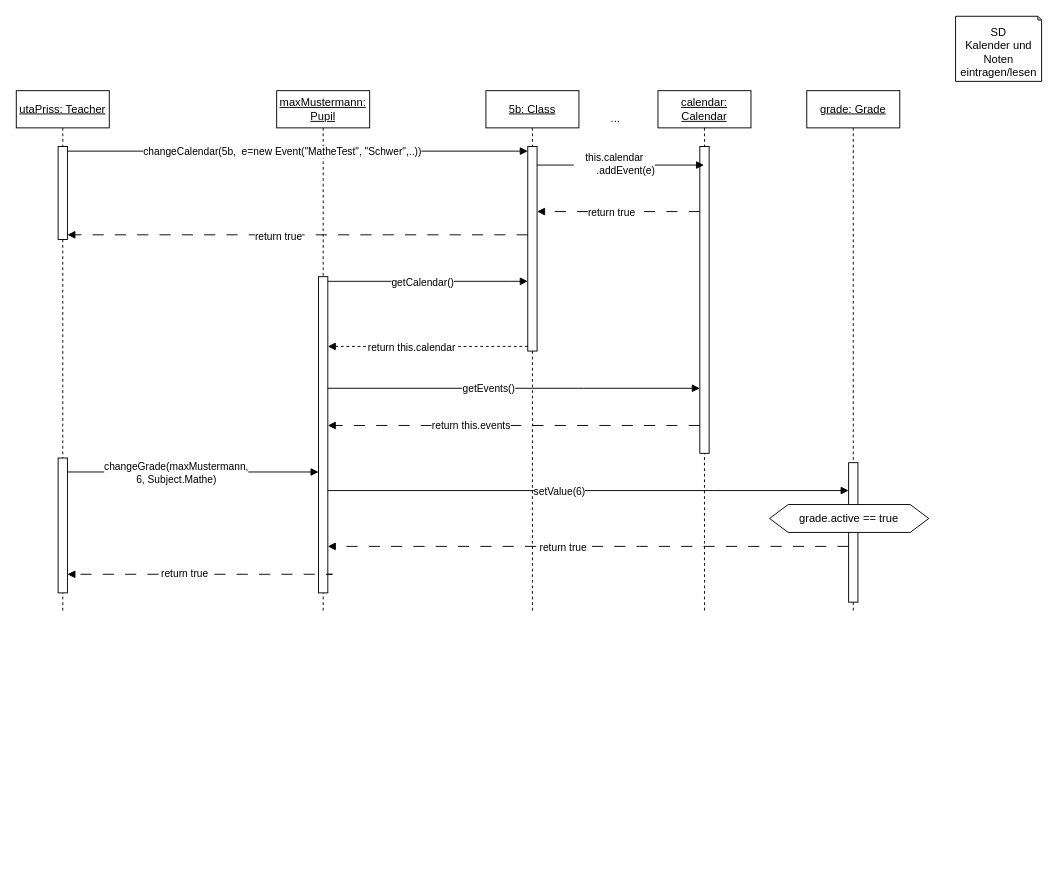
Before: Sequenzdiagramm.drawio in TrainFan1804/SchulverwaltungUML, a draw.io diagram. Source tidied: cells renumbered, new cells numbered last; positions are measured from the earlier drawing's top-left corner, leaving out a move shared by most shapes. Both pictures are drawn from the tidied source at 93%, with x=0, y=0 at pixel (16, 16).
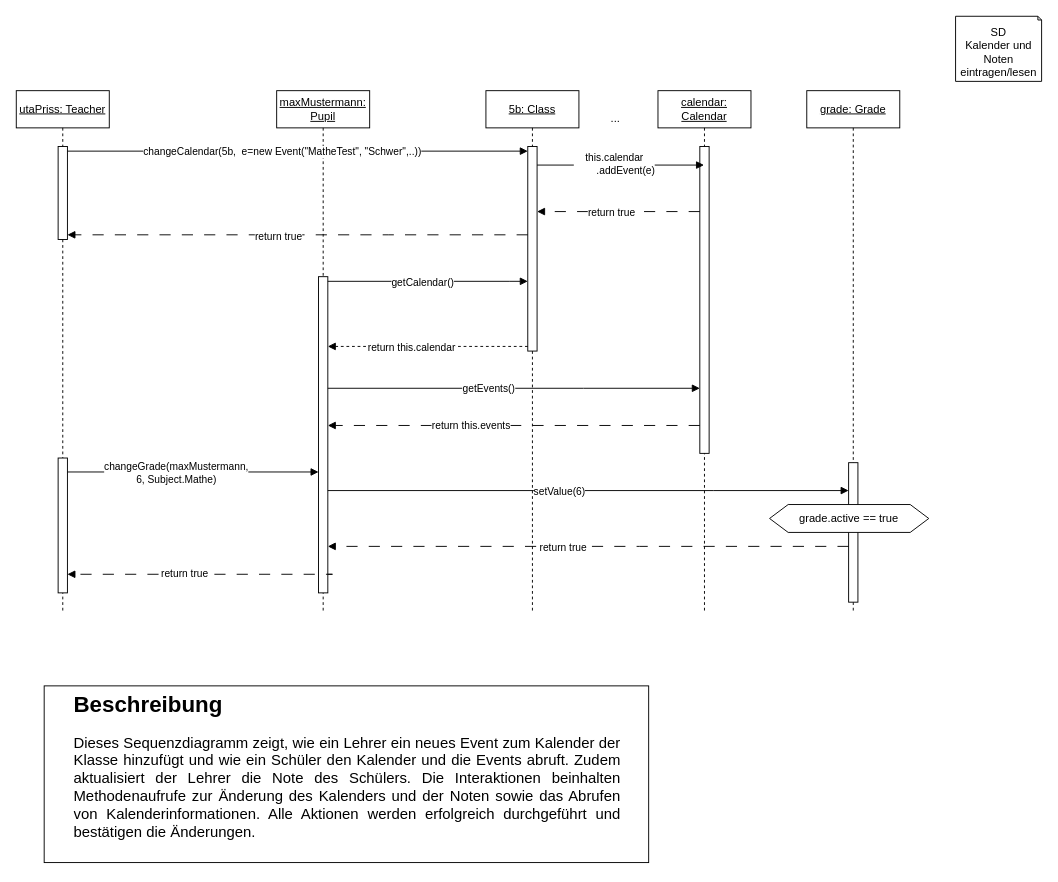
The same diagram, later.

Commit message (it also covers changes not shown here):
Gute machen Diagramm

What changed in the source:
```diff
@@
+    <mxCell id="40" style="rounded=0;whiteSpace=wrap;html=1;" parent="1" vertex="1">
+      <mxGeometry x="30" y="720" width="650" height="190" as="geometry" />
+    </mxCell>
+    <mxCell id="41" value="&lt;h1 style=&quot;margin-top: 0px;&quot;&gt;&lt;span style=&quot;background-color: initial;&quot;&gt;&lt;font style=&quot;font-size: 24px;&quot;&gt;Beschreibung&lt;/font&gt;&lt;/span&gt;&lt;/h1&gt;&lt;div style=&quot;text-align: justify;&quot;&gt;&lt;span style=&quot;background-color: initial;&quot;&gt;&lt;font size=&quot;3&quot;&gt;Dieses Sequenzdiagramm zeigt, wie ein Lehrer ein neues Event zum Kalender der Klasse hinzufügt und wie ein Schüler den Kalender und die Events abruft. Zudem aktualisiert der Lehrer die Note des Schülers. Die Interaktionen beinhalten Methodenaufrufe zur Änderung des Kalenders und der Noten sowie das Abrufen von Kalenderinformationen. Alle Aktionen werden erfolgreich durchgeführt und bestätigen die Änderungen.&lt;/font&gt;&lt;br&gt;&lt;/span&gt;&lt;/div&gt;" style="text;html=1;whiteSpace=wrap;overflow=hidden;rounded=0;" parent="1" vertex="1">
+      <mxGeometry x="60" y="720" width="590" height="190" as="geometry" />
+    </mxCell>
```
